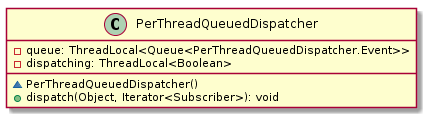
Earlier version of the PlantUML export malokhvii-eduard/malokhvii05/doc/plantuml/png/ua.khpi.oop.malokhvii05.common.eventbus.dispatch.PerThreadQueuedDispatcher.png (P-Kalin/kit26a). Its diagram source:
```plantuml
@startuml

    class PerThreadQueuedDispatcher {
        -queue: ThreadLocal<Queue<PerThreadQueuedDispatcher.Event>>
        -dispatching: ThreadLocal<Boolean>
        ~PerThreadQueuedDispatcher()
        +dispatch(Object, Iterator<Subscriber>): void
    }

@enduml
```
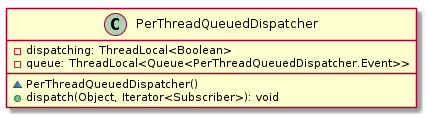
The same file after the commit.

Diff of the diagram source:
```diff
@@ -1,8 +1,8 @@
 @startuml
 
     class PerThreadQueuedDispatcher {
+        -dispatching: ThreadLocal<Boolean>
         -queue: ThreadLocal<Queue<PerThreadQueuedDispatcher.Event>>
-        -dispatching: ThreadLocal<Boolean>
         ~PerThreadQueuedDispatcher()
         +dispatch(Object, Iterator<Subscriber>): void
     }
```
